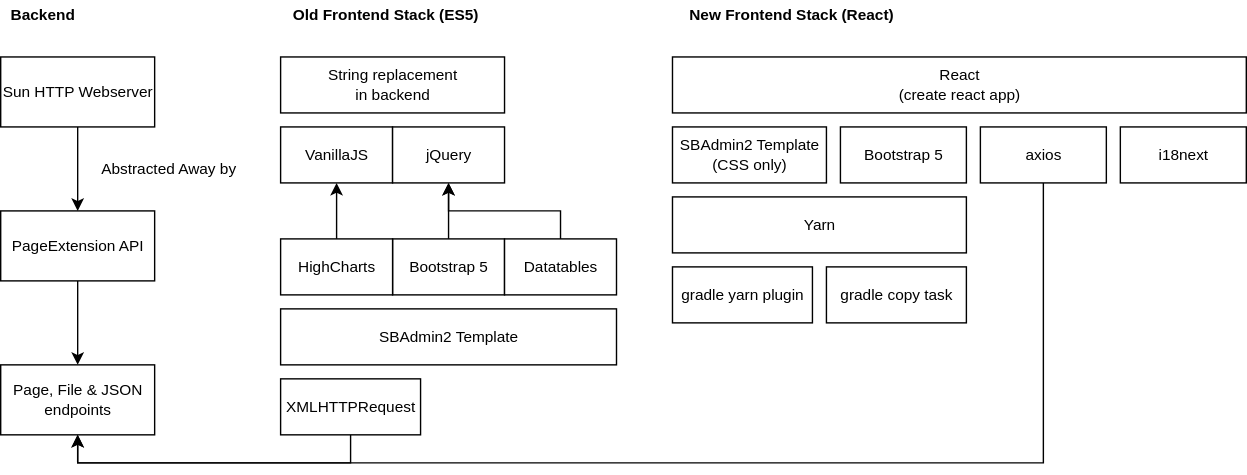
Before: C1-web-tech-overview.drawio.svg, a diagram exported from draw.io (plan-player-analytics/drawio-diagrams-storage). Source tidied: cells renumbered, new cells last; positions are measured from the earlier drawing's top-left corner, leaving out a move shared by most shapes.
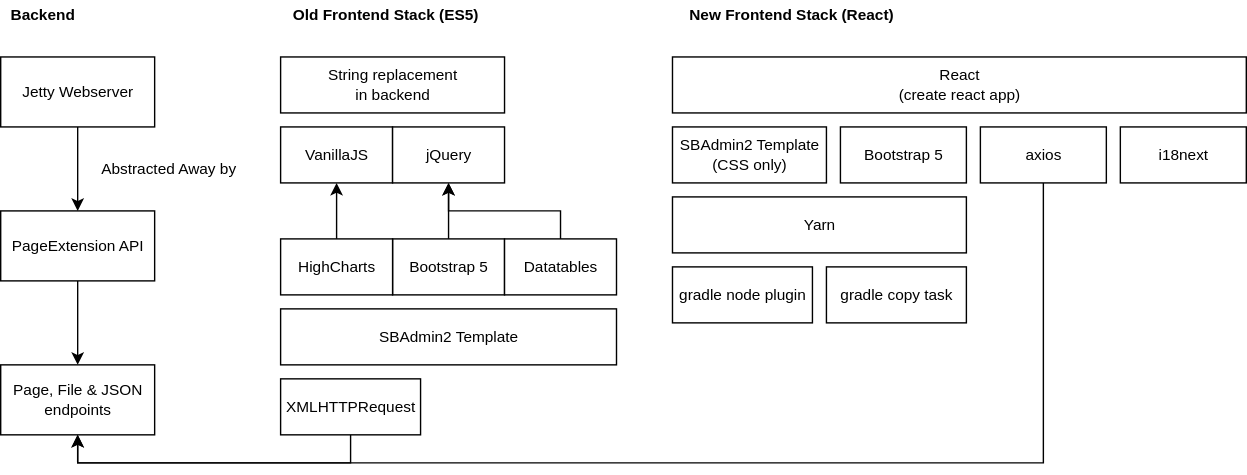
After the commit.

The edit, as a diff of the source:
```diff
@@ -11,7 +11,7 @@
     <mxCell id="4" style="edgeStyle=orthogonalEdgeStyle;shape=connector;rounded=0;jettySize=auto;html=1;exitX=0.5;exitY=1;exitDx=0;exitDy=0;labelBackgroundColor=default;fontFamily=Helvetica;fontSize=11;fontColor=default;endArrow=classic;endFill=1;strokeColor=default;" parent="1" edge="1" source="5" target="3">
       <mxGeometry relative="1" as="geometry" />
     </mxCell>
-    <mxCell id="5" value="Sun HTTP Webserver" style="html=1;fontFamily=Helvetica;fontSize=11;fontColor=default;" parent="1" vertex="1">
+    <mxCell id="5" value="Jetty Webserver" style="html=1;fontFamily=Helvetica;fontSize=11;fontColor=default;" parent="1" vertex="1">
       <mxGeometry y="40" width="110" height="50" as="geometry" />
     </mxCell>
     <mxCell id="6" value="Abstracted Away by" style="text;html=1;align=center;verticalAlign=middle;strokeColor=none;fillColor=none;fontSize=11;fontFamily=Helvetica;fontColor=default;" parent="1" vertex="1">
@@ -77,7 +77,7 @@
     <mxCell id="26" value="SBAdmin2 Template&lt;br&gt;(CSS only)" style="html=1;fontFamily=Helvetica;fontSize=11;fontColor=default;" parent="1" vertex="1">
       <mxGeometry x="480" y="90" width="110" height="40" as="geometry" />
     </mxCell>
-    <mxCell id="27" value="gradle yarn plugin" style="html=1;fontFamily=Helvetica;fontSize=11;fontColor=default;" parent="1" vertex="1">
+    <mxCell id="27" value="gradle node plugin" style="html=1;fontFamily=Helvetica;fontSize=11;fontColor=default;" parent="1" vertex="1">
       <mxGeometry x="480" y="190" width="100" height="40" as="geometry" />
     </mxCell>
     <mxCell id="28" value="gradle copy task" style="html=1;fontFamily=Helvetica;fontSize=11;fontColor=default;" parent="1" vertex="1">
```
